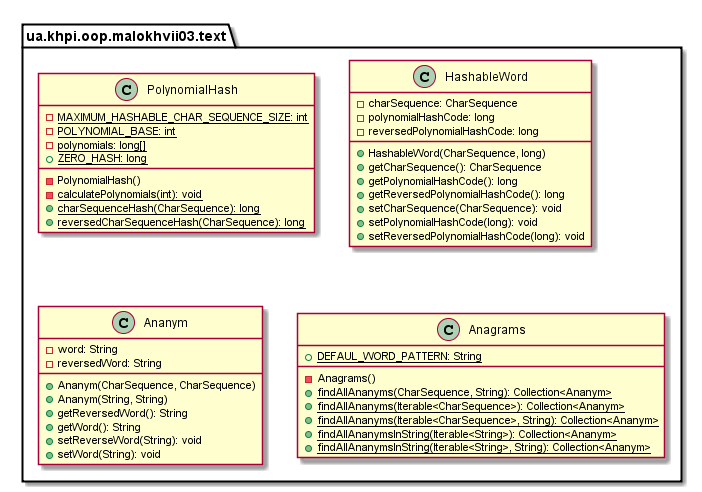
Before: malokhvii-eduard/malokhvii03/doc/plantuml/png/ua.khpi.oop.malokhvii03.text.package.png, a diagram exported from PlantUML (P-Kalin/kit26a).
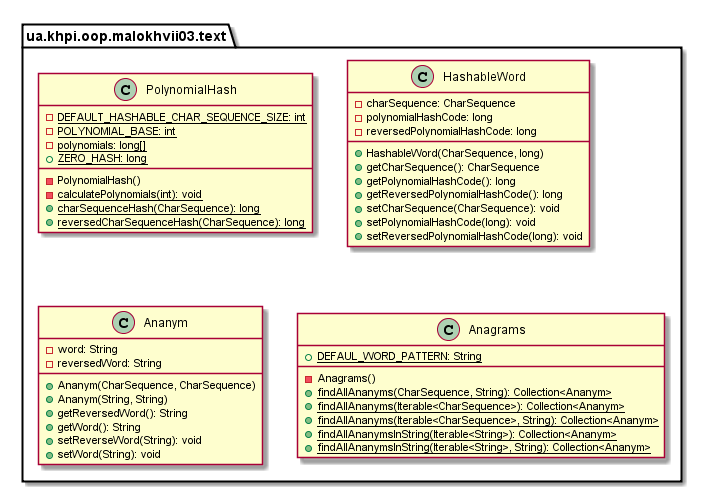
After the commit.

The edit, as a diff of the source:
```diff
@@ -3,7 +3,7 @@
     namespace ua.khpi.oop.malokhvii03.text {
 
         class PolynomialHash {
-            {static} -MAXIMUM_HASHABLE_CHAR_SEQUENCE_SIZE: int
+            {static} -DEFAULT_HASHABLE_CHAR_SEQUENCE_SIZE: int
             {static} -POLYNOMIAL_BASE: int
             {static} -polynomials: long[]
             {static} +ZERO_HASH: long
```
